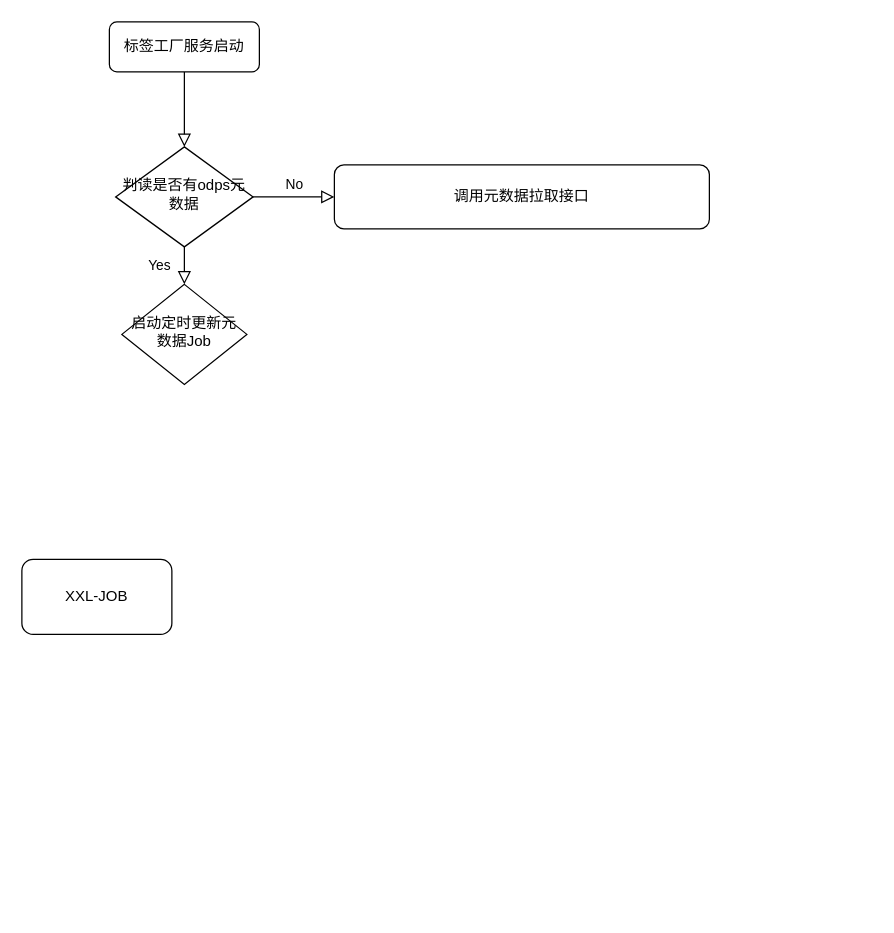
Earlier version of the draw.io diagram 元数据开发流程.drawio (shursulei/document). Source tidied: cells renumbered, new cells numbered last; positions are measured from the earlier drawing's top-left corner, leaving out a move shared by most shapes. Both pictures are drawn from the tidied source at 125%, with x=0, y=0 at pixel (21, 21).
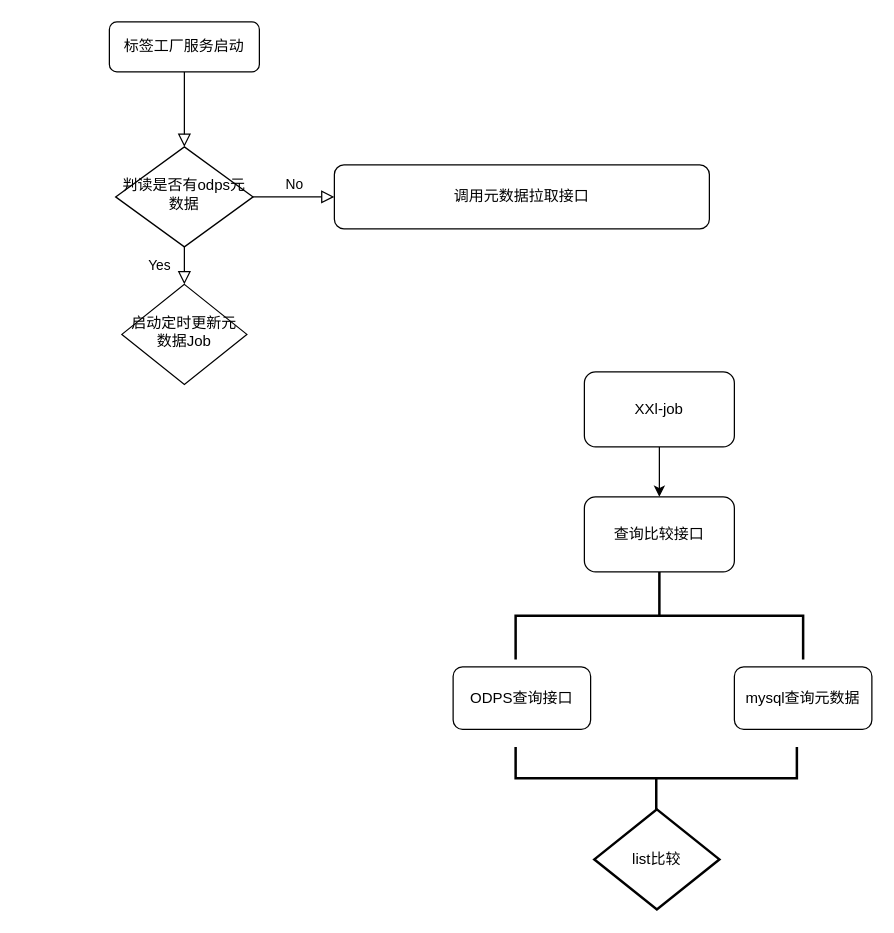
After the change.

Commit message (it also covers changes not shown here):
Update 元数据开发流程.drawio

Diff of the diagram source:
```diff
@@
 <mxGraphModel>
   <root>
     <mxCell id="0" />
     <mxCell id="1" parent="0" />
     <mxCell id="2" style="rounded=0;html=1;jettySize=auto;fontSize=11;endArrow=block;endFill=0;endSize=8;strokeWidth=1;shadow=0;labelBackgroundColor=none;edgeStyle=orthogonalEdgeStyle;" parent="1" edge="1" source="3" target="6">
       <mxGeometry relative="1" as="geometry" />
     </mxCell>
     <mxCell id="3" value="标签工厂服务启动" style="rounded=1;whiteSpace=wrap;html=1;fontSize=12;glass=0;strokeWidth=1;shadow=0;" parent="1" vertex="1">
       <mxGeometry x="70" width="120" height="40" as="geometry" />
     </mxCell>
     <mxCell id="4" value="Yes" style="rounded=0;html=1;jettySize=auto;fontSize=11;endArrow=block;endFill=0;endSize=8;strokeWidth=1;shadow=0;labelBackgroundColor=none;edgeStyle=orthogonalEdgeStyle;" parent="1" edge="1" source="6" target="8">
       <mxGeometry y="20" relative="1" as="geometry" />
     </mxCell>
     <mxCell id="5" value="No" style="edgeStyle=orthogonalEdgeStyle;rounded=0;html=1;jettySize=auto;fontSize=11;endArrow=block;endFill=0;endSize=8;strokeWidth=1;shadow=0;labelBackgroundColor=none;" parent="1" edge="1" source="6" target="7">
       <mxGeometry y="10" relative="1" as="geometry" />
     </mxCell>
     <mxCell id="6" value="判读是否有odps元数据" style="rhombus;whiteSpace=wrap;html=1;shadow=0;fontFamily=Helvetica;fontSize=12;align=center;strokeWidth=1;spacing=6;spacingTop=-4;" parent="1" vertex="1">
       <mxGeometry x="75" y="100" width="110" height="80" as="geometry" />
     </mxCell>
     <mxCell id="7" value="调用元数据拉取接口" style="rounded=1;whiteSpace=wrap;html=1;fontSize=12;glass=0;strokeWidth=1;shadow=0;" parent="1" vertex="1">
       <mxGeometry x="250" y="114.4" width="300" height="51.2" as="geometry" />
     </mxCell>
     <mxCell id="8" value="启动定时更新元数据Job" style="rhombus;whiteSpace=wrap;html=1;shadow=0;fontFamily=Helvetica;fontSize=12;align=center;strokeWidth=1;spacing=6;spacingTop=-4;" parent="1" vertex="1">
       <mxGeometry x="80" y="210" width="100" height="80" as="geometry" />
     </mxCell>
-    <mxCell id="9" value="XXL-JOB" style="rounded=1;whiteSpace=wrap;html=1;" parent="1" vertex="1">
-      <mxGeometry y="430" width="120" height="60" as="geometry" />
-    </mxCell>
+    <mxCell id="10" style="edgeStyle=orthogonalEdgeStyle;rounded=0;jettySize=auto;html=1;" parent="1" edge="1" source="11" target="13">
+      <mxGeometry relative="1" as="geometry" />
+    </mxCell>
+    <mxCell id="11" value="XXl-job" style="rounded=1;whiteSpace=wrap;html=1;" parent="1" vertex="1">
+      <mxGeometry x="450" y="280" width="120" height="60" as="geometry" />
+    </mxCell>
+    <mxCell id="12" style="strokeWidth=2;html=1;shape=mxgraph.flowchart.annotation_2;align=left;labelPosition=right;direction=south;" parent="1" vertex="1">
+      <mxGeometry x="395" y="440" width="230" height="70" as="geometry" />
+    </mxCell>
+    <mxCell id="13" value="查询比较接口" style="rounded=1;whiteSpace=wrap;html=1;" parent="1" vertex="1">
+      <mxGeometry x="450" y="380" width="120" height="60" as="geometry" />
+    </mxCell>
+    <mxCell id="14" value="&lt;span&gt;ODPS查询接口&lt;/span&gt;" style="rounded=1;whiteSpace=wrap;html=1;" parent="1" vertex="1">
+      <mxGeometry x="345" y="516" width="110" height="50" as="geometry" />
+    </mxCell>
+    <mxCell id="15" value="&lt;span&gt;mysql查询元数据&lt;/span&gt;" style="rounded=1;whiteSpace=wrap;html=1;" parent="1" vertex="1">
+      <mxGeometry x="570" y="516" width="110" height="50" as="geometry" />
+    </mxCell>
+    <mxCell id="16" style="strokeWidth=2;html=1;shape=mxgraph.flowchart.annotation_2;align=left;labelPosition=right;direction=north;" parent="1" vertex="1">
+      <mxGeometry x="395" y="580" width="225" height="50" as="geometry" />
+    </mxCell>
+    <mxCell id="17" value="list比较" style="strokeWidth=2;html=1;shape=mxgraph.flowchart.decision;whiteSpace=wrap;" parent="1" vertex="1">
+      <mxGeometry x="458" y="630" width="100" height="80" as="geometry" />
+    </mxCell>
   </root>
 </mxGraphModel>
```
